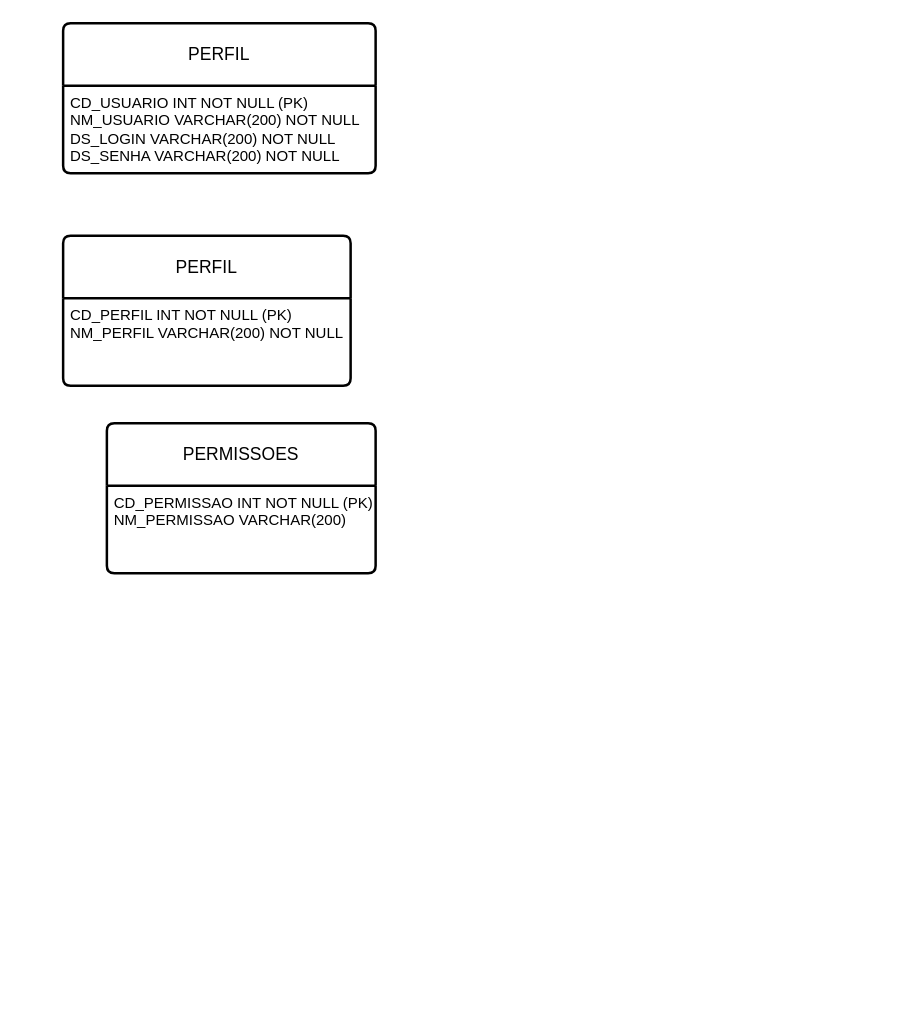
Before: Diagrama sem nome.drawio in diogoOLima/flashCardLanguageBack, a draw.io diagram. Source tidied: cells renumbered, new cells numbered last; positions are measured from the earlier drawing's top-left corner, leaving out a move shared by most shapes. Both pictures are drawn from the tidied source at 125%, with x=0, y=0 at pixel (62, 22).
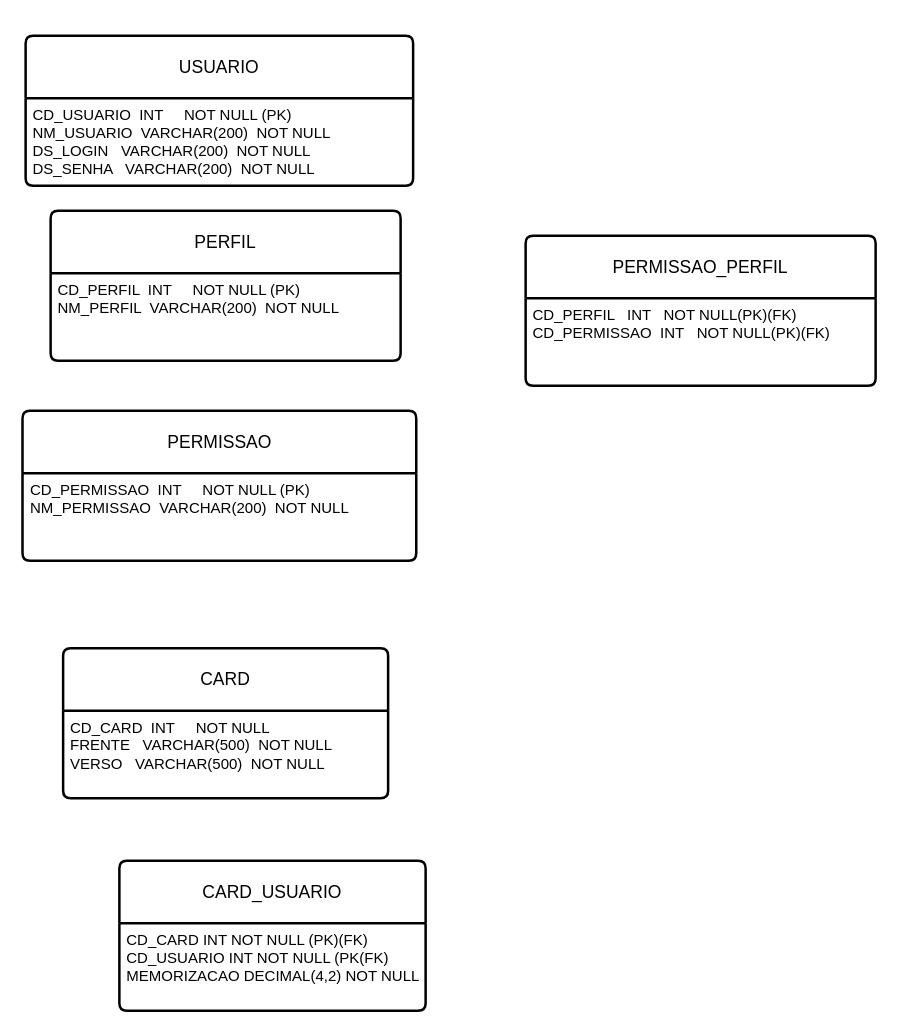
Above is the later version.

What changed in the source:
```diff
@@
 <mxGraphModel>
   <root>
     <mxCell id="0" />
     <mxCell id="1" parent="0" />
-    <mxCell id="2" value="PERFIL" style="swimlane;horizontal=1;startSize=50;rounded=1;fontSize=14;fontStyle=0;strokeWidth=2;shadow=0;dashed=0;align=center;arcSize=4;whiteSpace=wrap;html=1;" parent="1" vertex="1">
-      <mxGeometry width="250" height="120" as="geometry" />
+    <mxCell id="2" value="USUARIO" style="swimlane;horizontal=1;startSize=50;rounded=1;fontSize=14;fontStyle=0;strokeWidth=2;shadow=0;dashed=0;align=center;arcSize=4;whiteSpace=wrap;html=1;" parent="1" vertex="1">
+      <mxGeometry x="-30" y="10" width="310" height="120" as="geometry" />
     </mxCell>
-    <mxCell id="3" value="CD_USUARIO INT NOT NULL (PK)&lt;br&gt;NM_USUARIO VARCHAR(200) NOT NULL&lt;br&gt;DS_LOGIN VARCHAR(200) NOT NULL&lt;br&gt;DS_SENHA VARCHAR(200) NOT NULL" style="align=left;strokeColor=none;fillColor=none;spacingLeft=4;fontSize=12;verticalAlign=top;html=1;" parent="2" vertex="1">
-      <mxGeometry y="50" width="250" height="70" as="geometry" />
+    <mxCell id="3" value="CD_USUARIO &lt;span style=&quot;white-space: pre;&quot;&gt; &lt;/span&gt;INT &lt;span style=&quot;white-space: pre;&quot;&gt; &lt;/span&gt;&lt;span style=&quot;white-space: pre;&quot;&gt; &lt;/span&gt;&lt;span style=&quot;white-space: pre;&quot;&gt; &lt;/span&gt;&lt;span style=&quot;white-space: pre;&quot;&gt; &lt;/span&gt;NOT NULL (PK)&lt;br&gt;NM_USUARIO &lt;span style=&quot;white-space: pre;&quot;&gt; &lt;/span&gt;VARCHAR(200) &lt;span style=&quot;white-space: pre;&quot;&gt; &lt;/span&gt;NOT NULL&lt;br&gt;DS_LOGIN &lt;span style=&quot;white-space: pre;&quot;&gt; &lt;/span&gt;&lt;span style=&quot;white-space: pre;&quot;&gt; &lt;/span&gt;VARCHAR(200) &lt;span style=&quot;white-space: pre;&quot;&gt; &lt;/span&gt;NOT NULL&lt;br&gt;DS_SENHA &lt;span style=&quot;white-space: pre;&quot;&gt; &lt;span style=&quot;white-space: pre;&quot;&gt; &lt;/span&gt;&lt;/span&gt;VARCHAR(200) &lt;span style=&quot;white-space: pre;&quot;&gt; &lt;/span&gt;NOT NULL" style="align=left;strokeColor=none;fillColor=none;spacingLeft=4;fontSize=12;verticalAlign=top;html=1;" parent="2" vertex="1">
+      <mxGeometry y="50" width="310" height="70" as="geometry" />
     </mxCell>
     <mxCell id="4" value="PERFIL" style="swimlane;horizontal=1;startSize=50;rounded=1;fontSize=14;fontStyle=0;strokeWidth=2;shadow=0;dashed=0;align=center;arcSize=4;whiteSpace=wrap;html=1;" parent="1" vertex="1">
-      <mxGeometry y="170" width="230" height="120" as="geometry" />
+      <mxGeometry x="-10" y="150" width="280" height="120" as="geometry" />
     </mxCell>
-    <mxCell id="5" value="CD_PERFIL INT NOT NULL (PK)&lt;br&gt;NM_PERFIL VARCHAR(200) NOT NULL&lt;br&gt;" style="align=left;strokeColor=none;fillColor=none;spacingLeft=4;fontSize=12;verticalAlign=top;html=1;" parent="4" vertex="1">
-      <mxGeometry y="50" width="230" height="70" as="geometry" />
+    <mxCell id="5" value="CD_PERFIL &lt;span style=&quot;white-space: pre;&quot;&gt; &lt;/span&gt;INT &lt;span style=&quot;white-space: pre;&quot;&gt; &lt;/span&gt;&lt;span style=&quot;white-space: pre;&quot;&gt; &lt;/span&gt;&lt;span style=&quot;white-space: pre;&quot;&gt; &lt;/span&gt;&lt;span style=&quot;white-space: pre;&quot;&gt; &lt;/span&gt;NOT NULL (PK)&lt;br&gt;NM_PERFIL &lt;span style=&quot;white-space: pre;&quot;&gt; &lt;/span&gt;VARCHAR(200) &lt;span style=&quot;white-space: pre;&quot;&gt; &lt;/span&gt;NOT NULL" style="align=left;strokeColor=none;fillColor=none;spacingLeft=4;fontSize=12;verticalAlign=top;html=1;" parent="4" vertex="1">
+      <mxGeometry y="50" width="280" height="70" as="geometry" />
     </mxCell>
-    <mxCell id="6" value="PERMISSOES" style="swimlane;horizontal=1;startSize=50;rounded=1;fontSize=14;fontStyle=0;strokeWidth=2;shadow=0;dashed=0;align=center;arcSize=4;whiteSpace=wrap;html=1;" parent="1" vertex="1">
-      <mxGeometry x="35" y="320" width="215" height="120" as="geometry" />
+    <mxCell id="6" value="PERMISSAO" style="swimlane;horizontal=1;startSize=50;rounded=1;fontSize=14;fontStyle=0;strokeWidth=2;shadow=0;dashed=0;align=center;arcSize=4;whiteSpace=wrap;html=1;" parent="1" vertex="1">
+      <mxGeometry x="-32.5" y="310" width="315" height="120" as="geometry" />
     </mxCell>
-    <mxCell id="7" value="CD_PERMISSAO INT NOT NULL (PK)&lt;br&gt;NM_PERMISSAO VARCHAR(200)" style="align=left;strokeColor=none;fillColor=none;spacingLeft=4;fontSize=12;verticalAlign=top;html=1;" parent="6" vertex="1">
-      <mxGeometry y="50" width="215" height="70" as="geometry" />
+    <mxCell id="7" value="CD_PERMISSAO &lt;span style=&quot;white-space: pre;&quot;&gt; &lt;/span&gt;INT &lt;span style=&quot;white-space: pre;&quot;&gt; &lt;/span&gt;&lt;span style=&quot;white-space: pre;&quot;&gt; &lt;/span&gt;&lt;span style=&quot;white-space: pre;&quot;&gt; &lt;/span&gt;&lt;span style=&quot;white-space: pre;&quot;&gt; &lt;/span&gt;NOT NULL (PK)&lt;br&gt;NM_PERMISSAO &lt;span style=&quot;white-space: pre;&quot;&gt; &lt;/span&gt;VARCHAR(200) &lt;span style=&quot;white-space: pre;&quot;&gt; &lt;/span&gt;NOT NULL" style="align=left;strokeColor=none;fillColor=none;spacingLeft=4;fontSize=12;verticalAlign=top;html=1;" parent="6" vertex="1">
+      <mxGeometry y="50" width="315" height="70" as="geometry" />
     </mxCell>
+    <mxCell id="8" value="PERMISSAO_PERFIL" style="swimlane;horizontal=1;startSize=50;rounded=1;fontSize=14;fontStyle=0;strokeWidth=2;shadow=0;dashed=0;align=center;arcSize=4;whiteSpace=wrap;html=1;" parent="1" vertex="1">
+      <mxGeometry x="370" y="170" width="280" height="120" as="geometry" />
+    </mxCell>
+    <mxCell id="9" value="CD_PERFIL &lt;span style=&quot;white-space: pre;&quot;&gt; &lt;/span&gt;&lt;span style=&quot;white-space: pre;&quot;&gt; &lt;/span&gt;INT &lt;span style=&quot;white-space: pre;&quot;&gt; &lt;/span&gt;&lt;span style=&quot;white-space: pre;&quot;&gt; &lt;/span&gt;NOT NULL(PK)(FK)&lt;br&gt;CD_PERMISSAO &lt;span style=&quot;white-space: pre;&quot;&gt; &lt;/span&gt;INT&amp;nbsp; &lt;span style=&quot;white-space: pre;&quot;&gt; &lt;/span&gt;NOT NULL(PK)(FK)" style="align=left;strokeColor=none;fillColor=none;spacingLeft=4;fontSize=12;verticalAlign=top;html=1;" parent="8" vertex="1">
+      <mxGeometry y="50" width="280" height="70" as="geometry" />
+    </mxCell>
+    <mxCell id="10" value="CARD" style="swimlane;horizontal=1;startSize=50;rounded=1;fontSize=14;fontStyle=0;strokeWidth=2;shadow=0;dashed=0;align=center;arcSize=4;whiteSpace=wrap;html=1;" parent="1" vertex="1">
+      <mxGeometry y="500" width="260" height="120" as="geometry" />
+    </mxCell>
+    <mxCell id="11" value="CD_CARD &lt;span style=&quot;white-space: pre;&quot;&gt; &lt;/span&gt;INT &lt;span style=&quot;white-space: pre;&quot;&gt; &lt;/span&gt;&lt;span style=&quot;white-space: pre;&quot;&gt; &lt;/span&gt;&lt;span style=&quot;white-space: pre;&quot;&gt; &lt;/span&gt;&lt;span style=&quot;white-space: pre;&quot;&gt; &lt;/span&gt;NOT NULL&lt;br&gt;FRENTE &lt;span style=&quot;white-space: pre;&quot;&gt; &lt;/span&gt;&lt;span style=&quot;white-space: pre;&quot;&gt; &lt;/span&gt;VARCHAR(500) &lt;span style=&quot;white-space: pre;&quot;&gt; &lt;/span&gt;NOT NULL&lt;br&gt;VERSO &lt;span style=&quot;white-space: pre;&quot;&gt; &lt;/span&gt;&lt;span style=&quot;white-space: pre;&quot;&gt; &lt;/span&gt;VARCHAR(500) &lt;span style=&quot;white-space: pre;&quot;&gt; &lt;/span&gt;NOT NULL" style="align=left;strokeColor=none;fillColor=none;spacingLeft=4;fontSize=12;verticalAlign=top;html=1;" parent="10" vertex="1">
+      <mxGeometry y="50" width="260" height="70" as="geometry" />
+    </mxCell>
+    <mxCell id="12" value="CARD_USUARIO" style="swimlane;horizontal=1;startSize=50;rounded=1;fontSize=14;fontStyle=0;strokeWidth=2;shadow=0;dashed=0;align=center;arcSize=4;whiteSpace=wrap;html=1;" parent="1" vertex="1">
+      <mxGeometry x="45" y="670" width="245" height="120" as="geometry" />
+    </mxCell>
+    <mxCell id="13" value="CD_CARD INT NOT NULL (PK)(FK)&lt;br&gt;CD_USUARIO INT NOT NULL (PK(FK)&lt;br&gt;MEMORIZACAO DECIMAL(4,2) NOT NULL" style="align=left;strokeColor=none;fillColor=none;spacingLeft=4;fontSize=12;verticalAlign=top;html=1;" parent="12" vertex="1">
+      <mxGeometry y="50" width="245" height="70" as="geometry" />
+    </mxCell>
   </root>
 </mxGraphModel>
```
